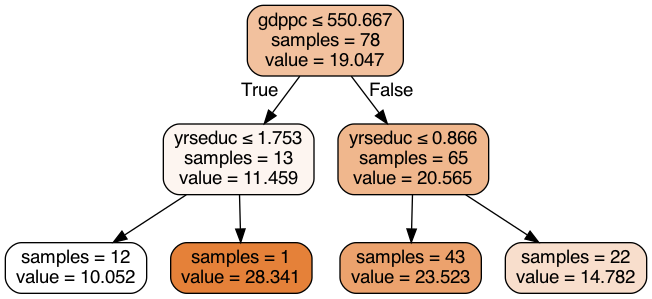
Before: tree2.gv.png, a diagram exported from Graphviz (briellebush3/cse163project). Its source is kept beside it as tree2.gv.
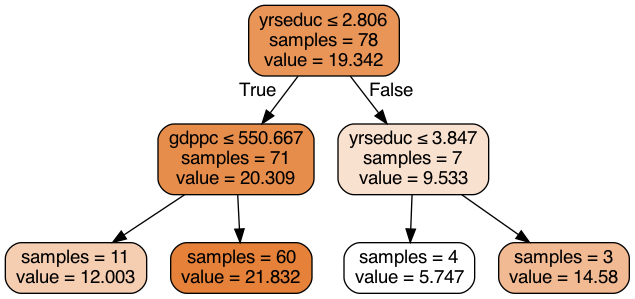
Later version of the same file.

The edit, as a diff of the source:
```diff
@@ -1,17 +1,17 @@
 digraph Tree {
 node [shape=box, style="filled, rounded", color="black", fontname="helvetica"] ;
 edge [fontname="helvetica"] ;
-0 [label=<gdppc &le; 550.667<br/>samples = 78<br/>value = 19.047>, fillcolor="#f2c19e"] ;
-1 [label=<yrseduc &le; 1.753<br/>samples = 13<br/>value = 11.459>, fillcolor="#fdf5f0"] ;
+0 [label=<yrseduc &le; 2.806<br/>samples = 78<br/>value = 19.342>, fillcolor="#e99558"] ;
+1 [label=<gdppc &le; 550.667<br/>samples = 71<br/>value = 20.309>, fillcolor="#e78d4c"] ;
 0 -> 1 [labeldistance=2.5, labelangle=45, headlabel="True"] ;
-2 [label=<samples = 12<br/>value = 10.052>, fillcolor="#ffffff"] ;
+2 [label=<samples = 11<br/>value = 12.003>, fillcolor="#f5ceb2"] ;
 1 -> 2 ;
-3 [label=<samples = 1<br/>value = 28.341>, fillcolor="#e58139"] ;
+3 [label=<samples = 60<br/>value = 21.832>, fillcolor="#e58139"] ;
 1 -> 3 ;
-4 [label=<yrseduc &le; 0.866<br/>samples = 65<br/>value = 20.565>, fillcolor="#f0b78d"] ;
+4 [label=<yrseduc &le; 3.847<br/>samples = 7<br/>value = 9.533>, fillcolor="#f9e1d0"] ;
 0 -> 4 [labeldistance=2.5, labelangle=-45, headlabel="False"] ;
-5 [label=<samples = 43<br/>value = 23.523>, fillcolor="#eca26d"] ;
+5 [label=<samples = 4<br/>value = 5.747>, fillcolor="#ffffff"] ;
 4 -> 5 ;
-6 [label=<samples = 22<br/>value = 14.782>, fillcolor="#f8decc"] ;
+6 [label=<samples = 3<br/>value = 14.58>, fillcolor="#f1ba92"] ;
 4 -> 6 ;
 }
```
